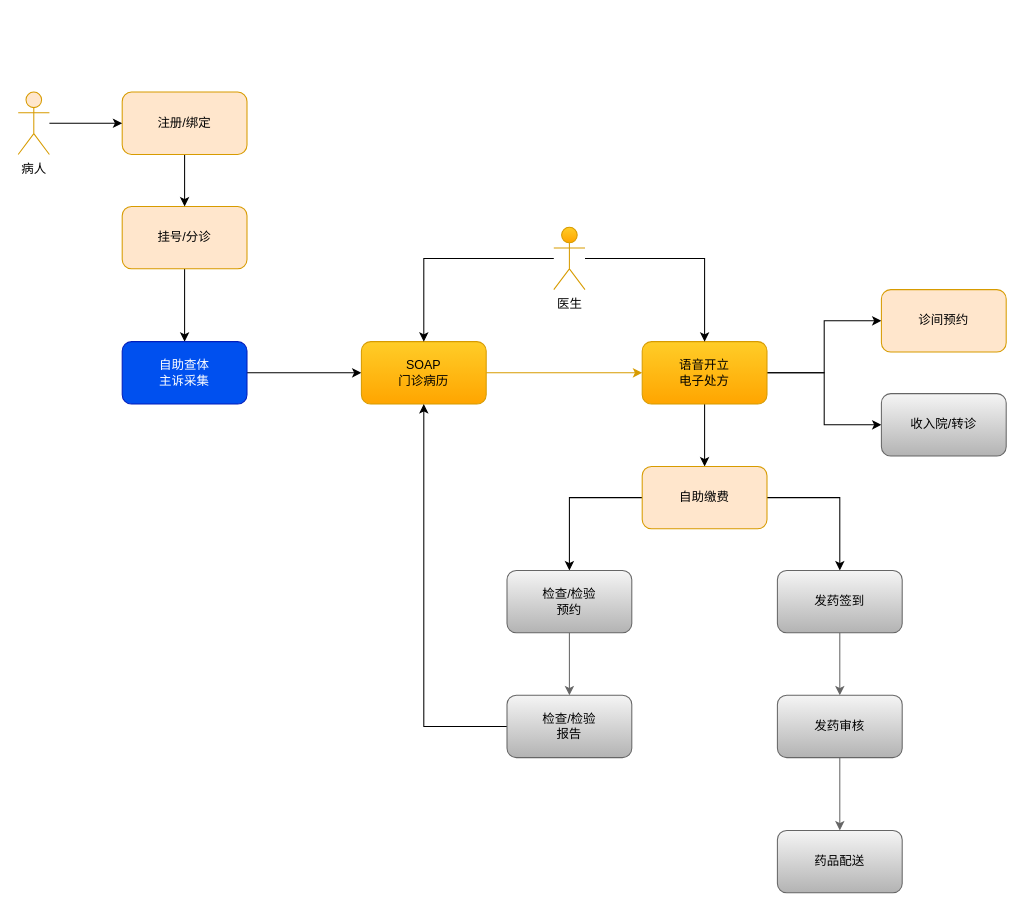
This is page "就诊流程图" (2 of 3) of draws/门诊电子病历互联网医院设计.drawio from hebzhjg/ntl2020, a draw.io file, before an edit. Source tidied: cells renumbered, new cells numbered last; positions are measured from the earlier drawing's top-left corner, leaving out a move shared by most shapes. Both pictures are drawn from the tidied source at 104%, with x=0, y=0 at pixel (18, 92).
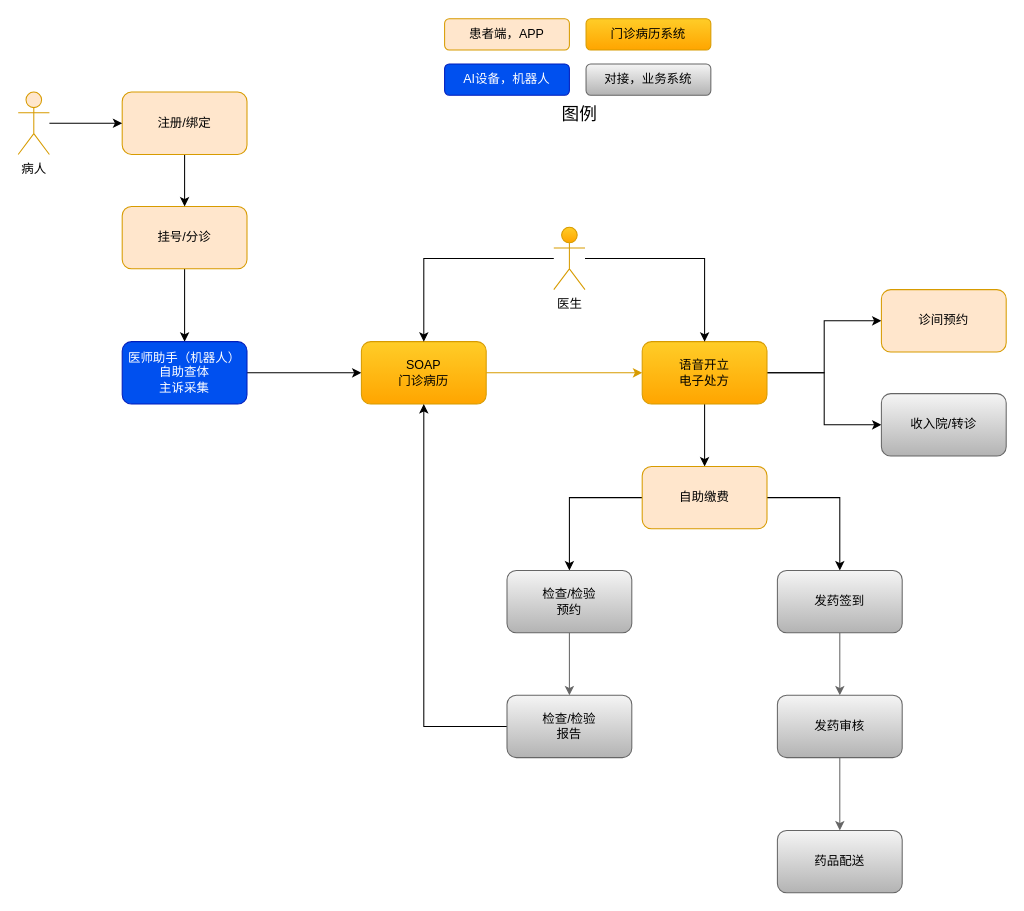
The same page after the edit.

Change to the diagram source:
```diff
@@
-    <mxCell id="7" value="自助查体&lt;br&gt;主诉采集" style="rounded=1;whiteSpace=wrap;html=1;fillColor=#0050ef;strokeColor=#001DBC;fontColor=#ffffff;" parent="1" vertex="1">
+    <mxCell id="7" value="医师助手（机器人）&lt;br&gt;自助查体&lt;br&gt;主诉采集" style="rounded=1;whiteSpace=wrap;html=1;fillColor=#0050ef;strokeColor=#001DBC;fontColor=#ffffff;" parent="1" vertex="1">
       <mxGeometry x="100" y="240" width="120" height="60" as="geometry" />
     </mxCell>
@@
+    <mxCell id="33" value="AI设备，机器人" style="rounded=1;whiteSpace=wrap;html=1;fillColor=#0050ef;strokeColor=#001DBC;fontColor=#ffffff;" parent="1" vertex="1">
+      <mxGeometry x="410" y="-27" width="120" height="30" as="geometry" />
+    </mxCell>
+    <mxCell id="34" value="门诊病历系统" style="rounded=1;whiteSpace=wrap;html=1;fillColor=#ffcd28;strokeColor=#d79b00;gradientColor=#ffa500;" parent="1" vertex="1">
+      <mxGeometry x="546" y="-70.5" width="120" height="30" as="geometry" />
+    </mxCell>
+    <mxCell id="35" value="患者端，APP" style="rounded=1;whiteSpace=wrap;html=1;fillColor=#ffe6cc;strokeColor=#d79b00;" parent="1" vertex="1">
+      <mxGeometry x="410" y="-70.5" width="120" height="30" as="geometry" />
+    </mxCell>
+    <mxCell id="36" value="对接，业务系统" style="rounded=1;whiteSpace=wrap;html=1;fillColor=#f5f5f5;strokeColor=#666666;gradientColor=#b3b3b3;" parent="1" vertex="1">
+      <mxGeometry x="546" y="-27" width="120" height="30" as="geometry" />
+    </mxCell>
+    <mxCell id="37" value="图例" style="text;html=1;strokeColor=none;fillColor=none;align=center;verticalAlign=middle;whiteSpace=wrap;rounded=0;fontSize=17;" parent="1" vertex="1">
+      <mxGeometry x="520" y="12" width="40" height="20" as="geometry" />
+    </mxCell>
```
